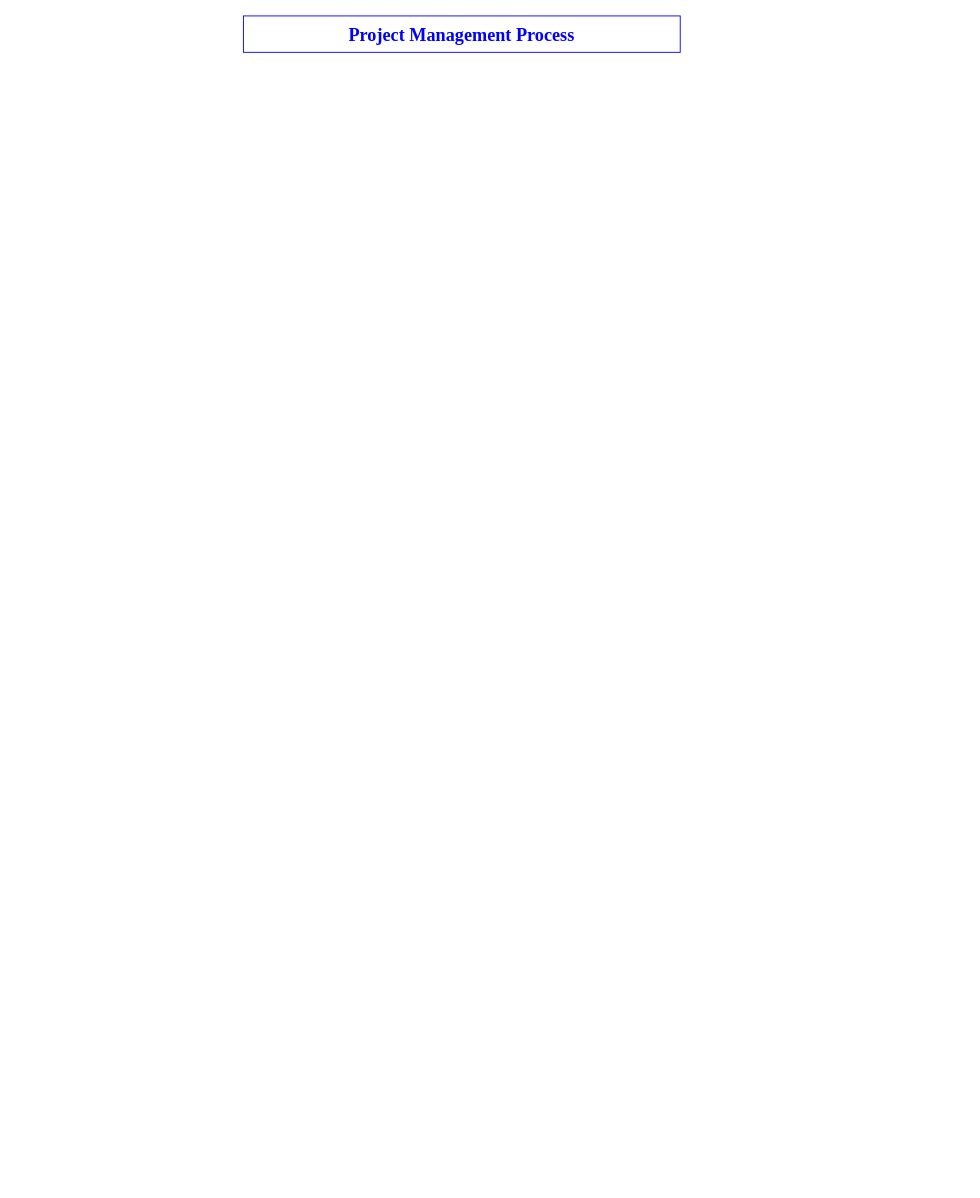
Thearith09/thearith09.github.io keeps this draw.io diagram as page "Project Management Process" (3 of 3) of Untitled Diagram.drawio. Above is the earlier version. Source tidied: cells renumbered, new cells numbered last; positions are measured from the earlier drawing's top-left corner, leaving out a move shared by most shapes. Both pictures are drawn from the tidied source at 91%, with x=0, y=0 at pixel (243, 15).
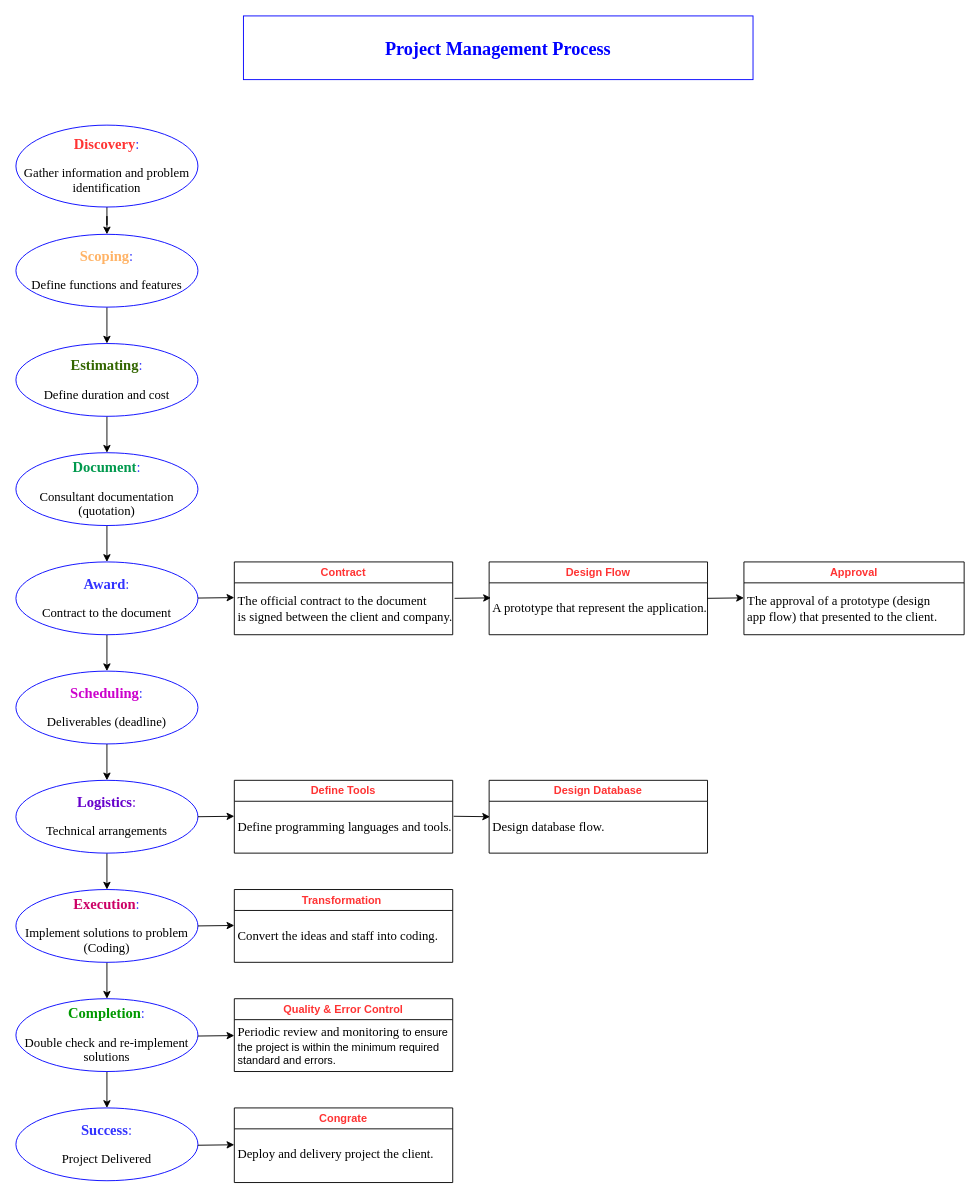
The same diagram, later.

Commit message:
Project management process

Change to the diagram source:
```diff
@@
     <mxCell id="2" value="&lt;b&gt;&lt;font style=&quot;font-size: 20px;&quot; color=&quot;#0000ff&quot; face=&quot;Times New Roman&quot;&gt;Project Management Process&lt;/font&gt;&lt;/b&gt;" style="text;html=1;strokeColor=#0000FF;fillColor=none;align=center;verticalAlign=middle;whiteSpace=wrap;rounded=0;fillStyle=solid;" parent="1" vertex="1">
-      <mxGeometry width="480" height="40" as="geometry" />
+      <mxGeometry width="560" height="70" as="geometry" />
     </mxCell>
+    <mxCell id="3" style="edgeStyle=orthogonalEdgeStyle;rounded=0;jettySize=auto;html=1;" parent="1" edge="1" source="4" target="6">
+      <mxGeometry relative="1" as="geometry" />
+    </mxCell>
+    <mxCell id="4" value="&lt;font style=&quot;&quot; face=&quot;Times New Roman&quot;&gt;&lt;font style=&quot;font-size: 16px;&quot;&gt;&lt;b style=&quot;&quot;&gt;&lt;font color=&quot;#ff3333&quot;&gt;Discovery&lt;/font&gt;&lt;/b&gt;&lt;font color=&quot;#3333ff&quot;&gt;:&lt;/font&gt;&lt;br&gt;&lt;/font&gt;&lt;br&gt;&lt;font style=&quot;font-size: 14px;&quot;&gt;Gather information and problem identification&lt;/font&gt;&lt;br&gt;&lt;/font&gt;" style="ellipse;whiteSpace=wrap;html=1;strokeColor=#0000FF;" parent="1" vertex="1">
+      <mxGeometry x="-250" y="120" width="200" height="90" as="geometry" />
+    </mxCell>
+    <mxCell id="5" style="edgeStyle=orthogonalEdgeStyle;rounded=0;jettySize=auto;html=1;" parent="1" edge="1" source="6" target="8">
+      <mxGeometry relative="1" as="geometry" />
+    </mxCell>
+    <mxCell id="6" value="&lt;font style=&quot;&quot; face=&quot;Times New Roman&quot;&gt;&lt;font style=&quot;font-size: 16px;&quot;&gt;&lt;b style=&quot;&quot;&gt;&lt;font color=&quot;#ffb366&quot;&gt;Scoping&lt;/font&gt;&lt;/b&gt;&lt;font color=&quot;#3333ff&quot;&gt;:&lt;/font&gt;&lt;br&gt;&lt;/font&gt;&lt;br&gt;&lt;span style=&quot;font-size: 14px;&quot;&gt;Define functions and features&lt;/span&gt;&lt;br&gt;&lt;/font&gt;" style="ellipse;whiteSpace=wrap;html=1;strokeColor=#0000FF;" parent="1" vertex="1">
+      <mxGeometry x="-250" y="240" width="200" height="80" as="geometry" />
+    </mxCell>
+    <mxCell id="7" style="edgeStyle=orthogonalEdgeStyle;rounded=0;jettySize=auto;html=1;" parent="1" edge="1" source="8" target="10">
+      <mxGeometry relative="1" as="geometry" />
+    </mxCell>
+    <mxCell id="8" value="&lt;font style=&quot;&quot; face=&quot;Times New Roman&quot;&gt;&lt;font style=&quot;font-size: 16px;&quot;&gt;&lt;b style=&quot;&quot;&gt;&lt;font color=&quot;#336600&quot;&gt;Estimating&lt;/font&gt;&lt;/b&gt;&lt;font color=&quot;#3333ff&quot;&gt;:&lt;/font&gt;&lt;br&gt;&lt;/font&gt;&lt;br&gt;&lt;span style=&quot;font-size: 14px;&quot;&gt;Define duration and cost&lt;/span&gt;&lt;br&gt;&lt;/font&gt;" style="ellipse;whiteSpace=wrap;html=1;strokeColor=#0000FF;" parent="1" vertex="1">
+      <mxGeometry x="-250" y="360" width="200" height="80" as="geometry" />
+    </mxCell>
+    <mxCell id="9" style="edgeStyle=orthogonalEdgeStyle;rounded=0;jettySize=auto;html=1;" parent="1" edge="1" source="10" target="12">
+      <mxGeometry relative="1" as="geometry" />
+    </mxCell>
+    <mxCell id="10" value="&lt;font style=&quot;&quot; face=&quot;Times New Roman&quot;&gt;&lt;font style=&quot;font-size: 16px;&quot;&gt;&lt;b style=&quot;&quot;&gt;&lt;font color=&quot;#00994d&quot;&gt;Document&lt;/font&gt;&lt;/b&gt;&lt;font color=&quot;#3333ff&quot;&gt;:&lt;/font&gt;&lt;br&gt;&lt;/font&gt;&lt;br&gt;&lt;span style=&quot;font-size: 14px;&quot;&gt;Consultant documentation (quotation)&lt;/span&gt;&lt;br&gt;&lt;/font&gt;" style="ellipse;whiteSpace=wrap;html=1;strokeColor=#0000FF;" parent="1" vertex="1">
+      <mxGeometry x="-250" y="480" width="200" height="80" as="geometry" />
+    </mxCell>
+    <mxCell id="11" style="edgeStyle=orthogonalEdgeStyle;rounded=0;jettySize=auto;html=1;" parent="1" edge="1" source="12" target="14">
+      <mxGeometry relative="1" as="geometry" />
+    </mxCell>
+    <mxCell id="12" value="&lt;font style=&quot;&quot; face=&quot;Times New Roman&quot;&gt;&lt;font style=&quot;font-size: 16px;&quot; color=&quot;#3333ff&quot;&gt;&lt;b&gt;Award&lt;/b&gt;:&lt;br&gt;&lt;/font&gt;&lt;br&gt;&lt;span style=&quot;font-size: 14px;&quot;&gt;Contract to the document&lt;/span&gt;&lt;br&gt;&lt;/font&gt;" style="ellipse;whiteSpace=wrap;html=1;strokeColor=#0000FF;" parent="1" vertex="1">
+      <mxGeometry x="-250" y="600" width="200" height="80" as="geometry" />
+    </mxCell>
+    <mxCell id="13" style="edgeStyle=orthogonalEdgeStyle;rounded=0;jettySize=auto;html=1;" parent="1" edge="1" source="14" target="16">
+      <mxGeometry relative="1" as="geometry" />
+    </mxCell>
+    <mxCell id="14" value="&lt;font style=&quot;&quot; face=&quot;Times New Roman&quot;&gt;&lt;font style=&quot;font-size: 16px;&quot;&gt;&lt;b style=&quot;&quot;&gt;&lt;font color=&quot;#cc00cc&quot;&gt;Scheduling&lt;/font&gt;&lt;/b&gt;&lt;font color=&quot;#3333ff&quot;&gt;:&lt;/font&gt;&lt;br&gt;&lt;/font&gt;&lt;br&gt;&lt;span style=&quot;font-size: 14px;&quot;&gt;Deliverables (deadline)&lt;/span&gt;&lt;br&gt;&lt;/font&gt;" style="ellipse;whiteSpace=wrap;html=1;strokeColor=#0000FF;" parent="1" vertex="1">
+      <mxGeometry x="-250" y="720" width="200" height="80" as="geometry" />
+    </mxCell>
+    <mxCell id="15" style="edgeStyle=orthogonalEdgeStyle;rounded=0;jettySize=auto;html=1;" parent="1" edge="1" source="16" target="18">
+      <mxGeometry relative="1" as="geometry" />
+    </mxCell>
+    <mxCell id="16" value="&lt;font style=&quot;&quot; face=&quot;Times New Roman&quot;&gt;&lt;font color=&quot;#6600cc&quot; style=&quot;font-size: 16px;&quot;&gt;&lt;b style=&quot;&quot;&gt;Logistics&lt;/b&gt;:&lt;br&gt;&lt;/font&gt;&lt;br&gt;&lt;span style=&quot;font-size: 14px;&quot;&gt;Technical arrangements&lt;/span&gt;&lt;br&gt;&lt;/font&gt;" style="ellipse;whiteSpace=wrap;html=1;strokeColor=#0000FF;" parent="1" vertex="1">
+      <mxGeometry x="-250" y="840" width="200" height="80" as="geometry" />
+    </mxCell>
+    <mxCell id="17" style="edgeStyle=orthogonalEdgeStyle;rounded=0;jettySize=auto;html=1;" parent="1" edge="1" source="18" target="20">
+      <mxGeometry relative="1" as="geometry" />
+    </mxCell>
+    <mxCell id="18" value="&lt;font style=&quot;&quot; face=&quot;Times New Roman&quot;&gt;&lt;font style=&quot;font-size: 16px;&quot;&gt;&lt;b style=&quot;&quot;&gt;&lt;font color=&quot;#cc0066&quot;&gt;Execution&lt;/font&gt;&lt;/b&gt;&lt;font color=&quot;#3333ff&quot;&gt;:&lt;/font&gt;&lt;br&gt;&lt;/font&gt;&lt;br&gt;&lt;span style=&quot;font-size: 14px;&quot;&gt;Implement solutions to problem (Coding)&lt;/span&gt;&lt;br&gt;&lt;/font&gt;" style="ellipse;whiteSpace=wrap;html=1;strokeColor=#0000FF;" parent="1" vertex="1">
+      <mxGeometry x="-250" y="960" width="200" height="80" as="geometry" />
+    </mxCell>
+    <mxCell id="19" style="edgeStyle=orthogonalEdgeStyle;rounded=0;jettySize=auto;html=1;" parent="1" edge="1" source="20" target="21">
+      <mxGeometry relative="1" as="geometry" />
+    </mxCell>
+    <mxCell id="20" value="&lt;font style=&quot;&quot; face=&quot;Times New Roman&quot;&gt;&lt;font style=&quot;font-size: 16px;&quot;&gt;&lt;b style=&quot;&quot;&gt;&lt;font color=&quot;#009900&quot;&gt;Completion&lt;/font&gt;&lt;/b&gt;&lt;font color=&quot;#3333ff&quot;&gt;:&lt;/font&gt;&lt;br&gt;&lt;/font&gt;&lt;br&gt;&lt;span style=&quot;font-size: 14px;&quot;&gt;Double check and re-implement solutions&lt;/span&gt;&lt;br&gt;&lt;/font&gt;" style="ellipse;whiteSpace=wrap;html=1;strokeColor=#0000FF;" parent="1" vertex="1">
+      <mxGeometry x="-250" y="1080" width="200" height="80" as="geometry" />
+    </mxCell>
+    <mxCell id="21" value="&lt;font style=&quot;&quot; face=&quot;Times New Roman&quot;&gt;&lt;font style=&quot;font-size: 16px;&quot; color=&quot;#3333ff&quot;&gt;&lt;b&gt;Success&lt;/b&gt;:&lt;br&gt;&lt;/font&gt;&lt;br&gt;&lt;span style=&quot;font-size: 14px;&quot;&gt;Project Delivered&lt;/span&gt;&lt;br&gt;&lt;/font&gt;" style="ellipse;whiteSpace=wrap;html=1;strokeColor=#0000FF;" parent="1" vertex="1">
+      <mxGeometry x="-250" y="1200" width="200" height="80" as="geometry" />
+    </mxCell>
+    <mxCell id="22" value="Contract" style="swimlane;whiteSpace=wrap;html=1;fontColor=#FF3333;" parent="1" vertex="1">
+      <mxGeometry x="-10" y="600" width="240" height="80" as="geometry" />
+    </mxCell>
+    <mxCell id="23" value="&lt;span style=&quot;font-family: &amp;quot;Times New Roman&amp;quot;; font-size: 14px;&quot;&gt;The official contract to the document &lt;br&gt;is signed between the client and company.&lt;/span&gt;" style="text;html=1;align=left;verticalAlign=middle;strokeColor=none;fillColor=none;" parent="22" vertex="1">
+      <mxGeometry x="2" y="27" width="260" height="50" as="geometry" />
+    </mxCell>
+    <mxCell id="24" style="endArrow=classic;html=1;rounded=0;" parent="22" edge="1">
+      <mxGeometry relative="1" as="geometry">
+        <mxPoint x="242" y="40" as="sourcePoint" />
+        <mxPoint x="282" y="39.5" as="targetPoint" />
+      </mxGeometry>
+    </mxCell>
+    <mxCell id="25" value="Design Flow" style="swimlane;whiteSpace=wrap;html=1;fontColor=#FF3333;" parent="1" vertex="1">
+      <mxGeometry x="270" y="600" width="240" height="80" as="geometry" />
+    </mxCell>
+    <mxCell id="26" value="&lt;span style=&quot;font-family: &amp;quot;Times New Roman&amp;quot;; font-size: 14px;&quot;&gt;A prototype that represent the application.&lt;/span&gt;" style="text;html=1;align=left;verticalAlign=middle;strokeColor=none;fillColor=none;" parent="25" vertex="1">
+      <mxGeometry x="2" y="37" width="260" height="30" as="geometry" />
+    </mxCell>
+    <mxCell id="27" style="endArrow=classic;html=1;rounded=0;" parent="25" edge="1">
+      <mxGeometry relative="1" as="geometry">
+        <mxPoint x="240" y="40" as="sourcePoint" />
+        <mxPoint x="280" y="39.5" as="targetPoint" />
+      </mxGeometry>
+    </mxCell>
+    <mxCell id="28" value="Approval" style="swimlane;whiteSpace=wrap;html=1;fontColor=#FF3333;" parent="1" vertex="1">
+      <mxGeometry x="550" y="600" width="242" height="80" as="geometry" />
+    </mxCell>
+    <mxCell id="29" value="&lt;div style=&quot;&quot;&gt;&lt;span style=&quot;font-family: &amp;quot;Times New Roman&amp;quot;; font-size: 14px; background-color: initial;&quot;&gt;The approval of a prototype (design&lt;/span&gt;&lt;/div&gt;&lt;span style=&quot;font-family: &amp;quot;Times New Roman&amp;quot;; font-size: 14px;&quot;&gt;&lt;div style=&quot;&quot;&gt;&lt;span style=&quot;background-color: initial;&quot;&gt;app flow) that presented to the client.&amp;nbsp;&lt;/span&gt;&lt;/div&gt;&lt;/span&gt;" style="text;html=1;align=left;verticalAlign=middle;strokeColor=none;fillColor=none;" parent="28" vertex="1">
+      <mxGeometry x="2" y="27" width="240" height="50" as="geometry" />
+    </mxCell>
+    <mxCell id="30" value="Define Tools" style="swimlane;whiteSpace=wrap;html=1;fontColor=#FF3333;startSize=23;" parent="1" vertex="1">
+      <mxGeometry x="-10" y="840" width="240" height="80" as="geometry" />
+    </mxCell>
+    <mxCell id="31" value="&lt;span style=&quot;font-family: &amp;quot;Times New Roman&amp;quot;; font-size: 14px;&quot;&gt;Define programming languages and tools.&amp;nbsp;&lt;/span&gt;" style="text;html=1;align=left;verticalAlign=middle;strokeColor=none;fillColor=none;" parent="30" vertex="1">
+      <mxGeometry x="2" y="37" width="260" height="30" as="geometry" />
+    </mxCell>
+    <mxCell id="32" style="endArrow=classic;html=1;rounded=0;" parent="30" edge="1">
+      <mxGeometry relative="1" as="geometry">
+        <mxPoint x="241" y="39.5" as="sourcePoint" />
+        <mxPoint x="281" y="40" as="targetPoint" />
+      </mxGeometry>
+    </mxCell>
+    <mxCell id="33" value="Design Database" style="swimlane;whiteSpace=wrap;html=1;fontColor=#FF3333;startSize=23;" parent="1" vertex="1">
+      <mxGeometry x="270" y="840" width="240" height="80" as="geometry" />
+    </mxCell>
+    <mxCell id="34" value="&lt;font face=&quot;Times New Roman&quot;&gt;&lt;span style=&quot;font-size: 14px;&quot;&gt;Design database flow.&lt;/span&gt;&lt;/font&gt;" style="text;html=1;align=left;verticalAlign=middle;strokeColor=none;fillColor=none;" parent="33" vertex="1">
+      <mxGeometry x="2" y="37" width="150" height="30" as="geometry" />
+    </mxCell>
+    <mxCell id="35" value="Transformation&amp;nbsp;" style="swimlane;whiteSpace=wrap;html=1;fontColor=#FF3333;startSize=23;" parent="1" vertex="1">
+      <mxGeometry x="-10" y="960" width="240" height="80" as="geometry" />
+    </mxCell>
+    <mxCell id="36" value="&lt;font face=&quot;Times New Roman&quot;&gt;&lt;span style=&quot;font-size: 14px;&quot;&gt;Convert the ideas and staff into coding.&lt;/span&gt;&lt;/font&gt;" style="text;html=1;align=left;verticalAlign=middle;strokeColor=none;fillColor=none;" parent="35" vertex="1">
+      <mxGeometry x="2" y="37" width="240" height="30" as="geometry" />
+    </mxCell>
+    <mxCell id="37" value="Quality &amp;amp; Error Control" style="swimlane;whiteSpace=wrap;html=1;fontColor=#FF3333;startSize=23;" parent="1" vertex="1">
+      <mxGeometry x="-10" y="1080" width="240" height="80" as="geometry" />
+    </mxCell>
+    <mxCell id="38" value="&lt;font face=&quot;Times New Roman&quot;&gt;&lt;span style=&quot;font-size: 14px;&quot;&gt;Periodic review and monitoring&amp;nbsp;&lt;/span&gt;&lt;/font&gt;to ensure&lt;br&gt;the project is within the minimum required&lt;br&gt;standard and errors." style="text;html=1;align=left;verticalAlign=middle;strokeColor=none;fillColor=none;" parent="37" vertex="1">
+      <mxGeometry x="2" y="22" width="250" height="60" as="geometry" />
+    </mxCell>
+    <mxCell id="39" value="Congrate" style="swimlane;whiteSpace=wrap;html=1;fontColor=#FF3333;startSize=23;" parent="1" vertex="1">
+      <mxGeometry x="-10" y="1200" width="240" height="82" as="geometry" />
+    </mxCell>
+    <mxCell id="40" value="&lt;font face=&quot;Times New Roman&quot;&gt;&lt;span style=&quot;font-size: 14px;&quot;&gt;Deploy and delivery project the client.&lt;/span&gt;&lt;/font&gt;" style="text;html=1;align=left;verticalAlign=middle;strokeColor=none;fillColor=none;" parent="39" vertex="1">
+      <mxGeometry x="2" y="37" width="240" height="30" as="geometry" />
+    </mxCell>
+    <mxCell id="41" style="endArrow=classic;html=1;rounded=0;" parent="1" edge="1">
+      <mxGeometry relative="1" as="geometry">
+        <mxPoint x="-50" y="639.7" as="sourcePoint" />
+        <mxPoint x="-10" y="639.2" as="targetPoint" />
+      </mxGeometry>
+    </mxCell>
+    <mxCell id="42" style="endArrow=classic;html=1;rounded=0;" parent="1" edge="1">
+      <mxGeometry relative="1" as="geometry">
+        <mxPoint x="-50" y="880" as="sourcePoint" />
+        <mxPoint x="-10" y="879.5" as="targetPoint" />
+      </mxGeometry>
+    </mxCell>
+    <mxCell id="43" style="endArrow=classic;html=1;rounded=0;" parent="1" edge="1">
+      <mxGeometry relative="1" as="geometry">
+        <mxPoint x="-50" y="1000" as="sourcePoint" />
+        <mxPoint x="-10" y="999.5" as="targetPoint" />
+      </mxGeometry>
+    </mxCell>
+    <mxCell id="44" style="endArrow=classic;html=1;rounded=0;" parent="1" edge="1">
+      <mxGeometry relative="1" as="geometry">
+        <mxPoint x="-50" y="1121" as="sourcePoint" />
+        <mxPoint x="-10" y="1120.5" as="targetPoint" />
+      </mxGeometry>
+    </mxCell>
+    <mxCell id="45" style="endArrow=classic;html=1;rounded=0;" parent="1" edge="1">
+      <mxGeometry relative="1" as="geometry">
+        <mxPoint x="-50" y="1241" as="sourcePoint" />
+        <mxPoint x="-10" y="1240.5" as="targetPoint" />
+      </mxGeometry>
+    </mxCell>
```
